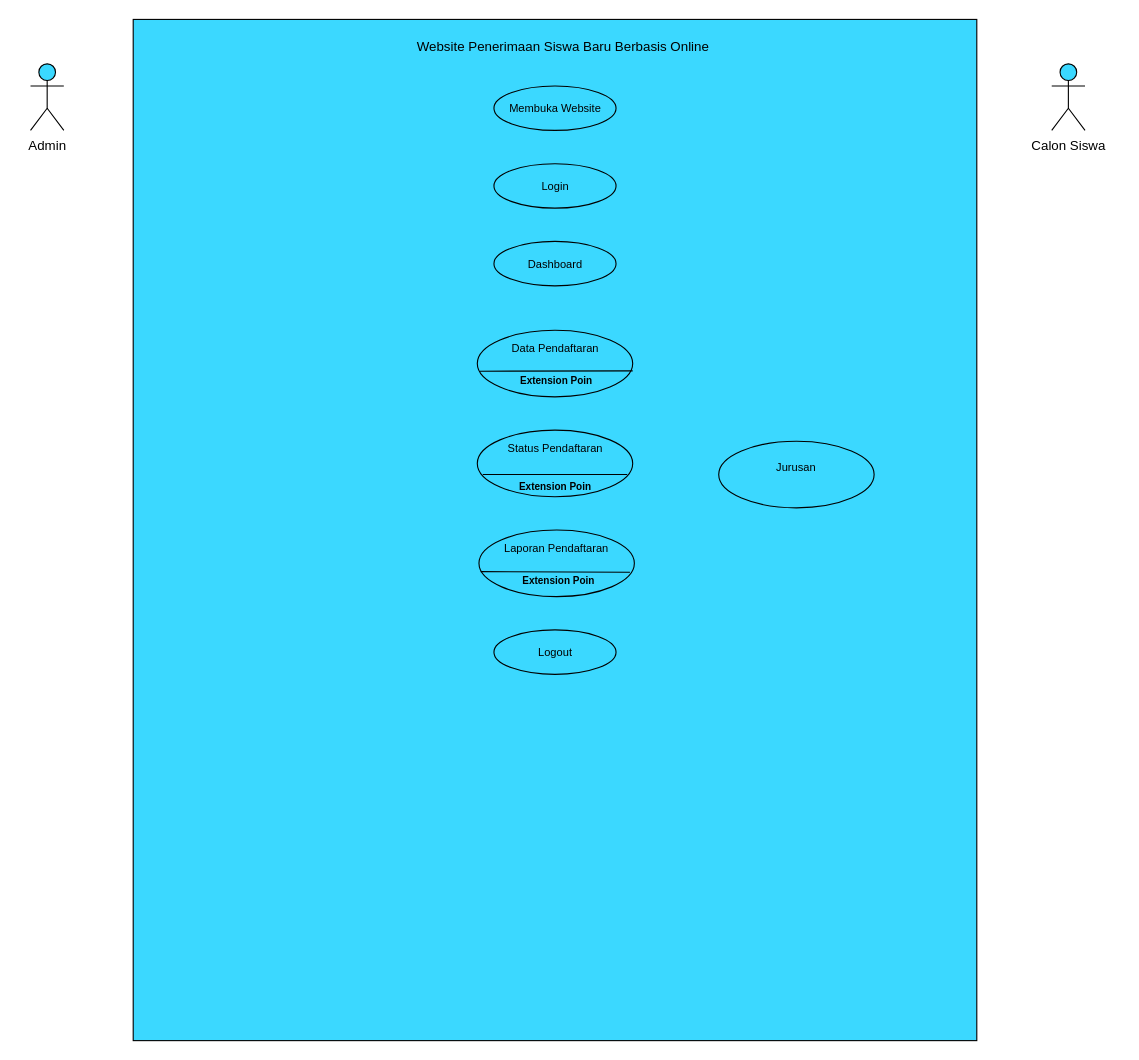
danangsptro/register-vhs keeps this draw.io diagram as Rancangan Diagram Sistem.drawio. Above is the earlier version. Source tidied: cells renumbered, new cells numbered last; positions are measured from the earlier drawing's top-left corner, leaving out a move shared by most shapes. Both pictures are drawn from the tidied source at 111%, with x=0, y=0 at pixel (30, 19).
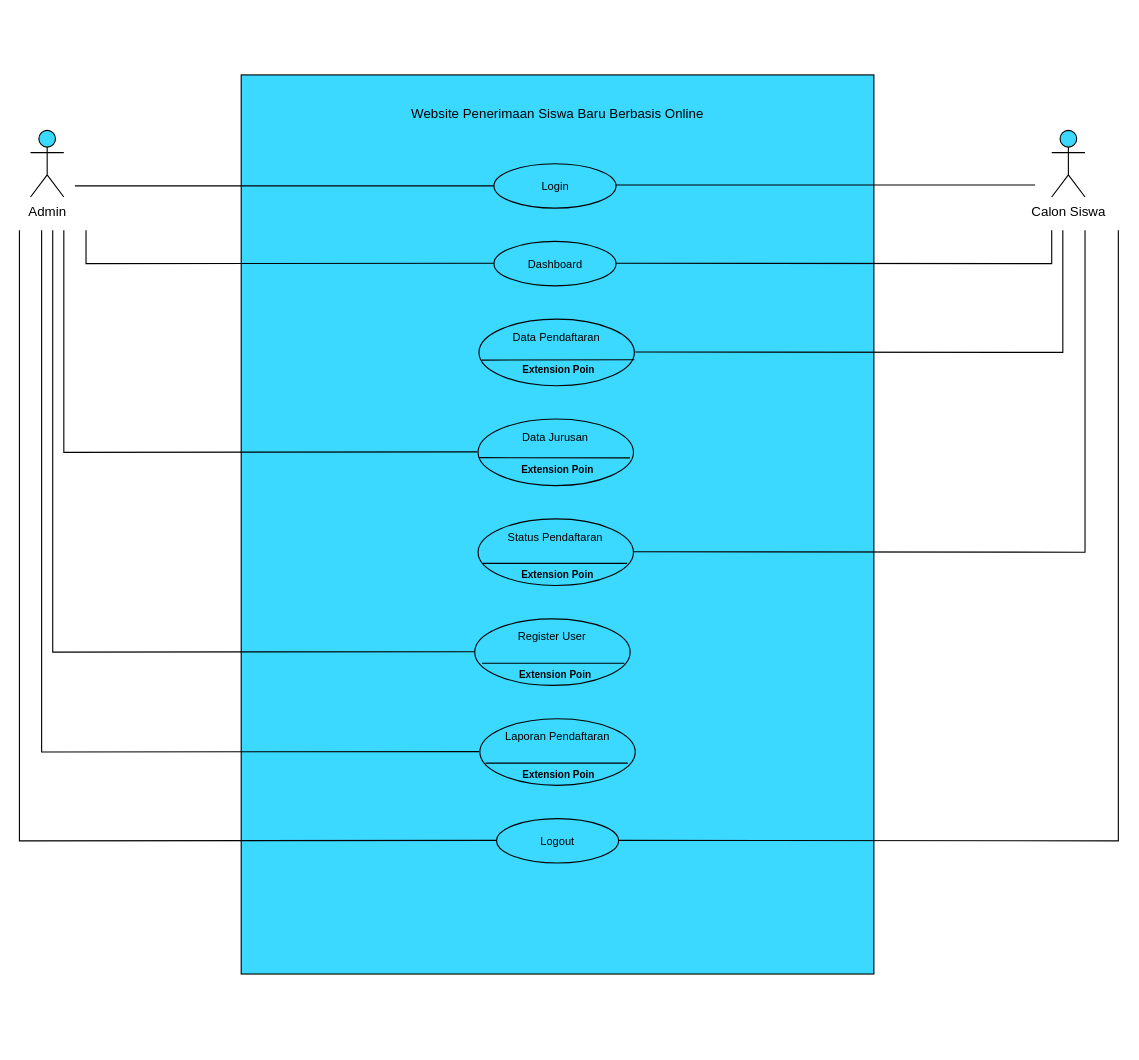
Above is the later version.

The change refers to these unchanged cells:
```xml
<mxCell id="7" value="&lt;font style=&quot;font-size: 10px;&quot;&gt;Login&lt;/font&gt;" style="ellipse;whiteSpace=wrap;html=1;align=center;newEdgeStyle={&quot;edgeStyle&quot;:&quot;entityRelationEdgeStyle&quot;,&quot;startArrow&quot;:&quot;none&quot;,&quot;endArrow&quot;:&quot;none&quot;,&quot;segment&quot;:10,&quot;curved&quot;:1};strokeColor=#000000;fillColor=#3BD8FF;" parent="1" vertex="1">
  <mxGeometry x="417.5" y="130" width="110" height="40" as="geometry" />
</mxCell>
```

What changed in the source:
```diff
@@
     <mxCell id="2" value="Admin" style="shape=umlActor;verticalLabelPosition=bottom;verticalAlign=top;html=1;fillColor=#3BD8FF;" parent="1" vertex="1">
-      <mxGeometry y="40" width="30" height="60" as="geometry" />
+      <mxGeometry y="100" width="30" height="60" as="geometry" />
     </mxCell>
     <mxCell id="3" value="Calon Siswa" style="shape=umlActor;verticalLabelPosition=bottom;verticalAlign=top;html=1;fillColor=#3BD8FF;" parent="1" vertex="1">
-      <mxGeometry x="920" y="40" width="30" height="60" as="geometry" />
+      <mxGeometry x="920" y="100" width="30" height="60" as="geometry" />
     </mxCell>
     <mxCell id="4" style="rounded=0;whiteSpace=wrap;html=1;strokeColor=#000000;fillColor=#3BD8FF;" parent="1" vertex="1">
-      <mxGeometry x="92.5" width="760" height="920" as="geometry" />
+      <mxGeometry x="189.8" y="50" width="570" height="810" as="geometry" />
     </mxCell>
     <mxCell id="5" value="Website Penerimaan Siswa Baru Berbasis Online" style="text;html=1;strokeColor=none;fillColor=none;align=center;verticalAlign=middle;whiteSpace=wrap;rounded=0;" parent="1" vertex="1">
-      <mxGeometry x="290" y="10" width="380" height="30" as="geometry" />
+      <mxGeometry x="284.8" y="70" width="380" height="30" as="geometry" />
     </mxCell>
-    <mxCell id="6" value="&lt;font style=&quot;font-size: 10px;&quot;&gt;Membuka Website&lt;/font&gt;" style="ellipse;whiteSpace=wrap;html=1;align=center;newEdgeStyle={&quot;edgeStyle&quot;:&quot;entityRelationEdgeStyle&quot;,&quot;startArrow&quot;:&quot;none&quot;,&quot;endArrow&quot;:&quot;none&quot;,&quot;segment&quot;:10,&quot;curved&quot;:1};strokeColor=#000000;fillColor=#3BD8FF;" parent="1" vertex="1">
-      <mxGeometry x="417.5" y="60" width="110" height="40" as="geometry" />
-    </mxCell>
@@
     <mxCell id="9" value="&lt;font style=&quot;font-size: 10px;&quot;&gt;Data Pendaftaran&lt;br&gt;&lt;br&gt;&lt;br&gt;&lt;/font&gt;" style="ellipse;whiteSpace=wrap;html=1;align=center;newEdgeStyle={&quot;edgeStyle&quot;:&quot;entityRelationEdgeStyle&quot;,&quot;startArrow&quot;:&quot;none&quot;,&quot;endArrow&quot;:&quot;none&quot;,&quot;segment&quot;:10,&quot;curved&quot;:1};strokeColor=#000000;fillColor=#3BD8FF;" parent="1" vertex="1">
-      <mxGeometry x="402.5" y="280" width="140" height="60" as="geometry" />
+      <mxGeometry x="404" y="270" width="140" height="60" as="geometry" />
     </mxCell>
     <mxCell id="10" value="&lt;span style=&quot;font-size: 10px;&quot;&gt;Logout&lt;/span&gt;" style="ellipse;whiteSpace=wrap;html=1;align=center;newEdgeStyle={&quot;edgeStyle&quot;:&quot;entityRelationEdgeStyle&quot;,&quot;startArrow&quot;:&quot;none&quot;,&quot;endArrow&quot;:&quot;none&quot;,&quot;segment&quot;:10,&quot;curved&quot;:1};strokeColor=#000000;fillColor=#3BD8FF;" parent="1" vertex="1">
-      <mxGeometry x="417.5" y="550" width="110" height="40" as="geometry" />
+      <mxGeometry x="419.8" y="720" width="110" height="40" as="geometry" />
     </mxCell>
@@
     <mxCell id="12" value="&lt;b&gt;&lt;font style=&quot;font-size: 9px;&quot;&gt;Extension Poin&lt;/font&gt;&lt;/b&gt;" style="text;html=1;strokeColor=none;fillColor=none;align=center;verticalAlign=middle;whiteSpace=wrap;rounded=0;fontSize=10;" parent="1" vertex="1">
-      <mxGeometry x="404" y="310" width="140" height="30" as="geometry" />
+      <mxGeometry x="405.5" y="300" width="140" height="30" as="geometry" />
     </mxCell>
     <mxCell id="13" value="&lt;font style=&quot;font-size: 10px;&quot;&gt;Status Pendaftaran&lt;br&gt;&lt;br&gt;&lt;br&gt;&lt;/font&gt;" style="ellipse;whiteSpace=wrap;html=1;align=center;newEdgeStyle={&quot;edgeStyle&quot;:&quot;entityRelationEdgeStyle&quot;,&quot;startArrow&quot;:&quot;none&quot;,&quot;endArrow&quot;:&quot;none&quot;,&quot;segment&quot;:10,&quot;curved&quot;:1};strokeColor=#000000;fillColor=#3BD8FF;" parent="1" vertex="1">
-      <mxGeometry x="402.5" y="370" width="140" height="60" as="geometry" />
+      <mxGeometry x="403.2" y="450" width="140" height="60" as="geometry" />
     </mxCell>
     <mxCell id="14" style="endArrow=none;html=1;rounded=0;" parent="1" edge="1">
       <mxGeometry relative="1" as="geometry">
-        <mxPoint x="407.5" y="410" as="sourcePoint" />
-        <mxPoint x="537.5" y="410" as="targetPoint" />
+        <mxPoint x="407.5" y="490" as="sourcePoint" />
+        <mxPoint x="537.5" y="490" as="targetPoint" />
       </mxGeometry>
     </mxCell>
     <mxCell id="15" value="&lt;b&gt;&lt;font style=&quot;font-size: 9px;&quot;&gt;Extension Poin&lt;/font&gt;&lt;/b&gt;" style="text;html=1;strokeColor=none;fillColor=none;align=center;verticalAlign=middle;whiteSpace=wrap;rounded=0;fontSize=10;" parent="1" vertex="1">
-      <mxGeometry x="402.5" y="400" width="140" height="40" as="geometry" />
+      <mxGeometry x="404.8" y="480" width="140" height="40" as="geometry" />
     </mxCell>
+    <mxCell id="20" value="&lt;font style=&quot;font-size: 10px;&quot;&gt;Data Jurusan&lt;br&gt;&lt;br&gt;&lt;br&gt;&lt;/font&gt;" style="ellipse;whiteSpace=wrap;html=1;align=center;newEdgeStyle={&quot;edgeStyle&quot;:&quot;entityRelationEdgeStyle&quot;,&quot;startArrow&quot;:&quot;none&quot;,&quot;endArrow&quot;:&quot;none&quot;,&quot;segment&quot;:10,&quot;curved&quot;:1};strokeColor=#000000;fillColor=#3BD8FF;" parent="1" vertex="1">
+      <mxGeometry x="403.2" y="360" width="140" height="60" as="geometry" />
+    </mxCell>
+    <mxCell id="21" value="&lt;b&gt;&lt;font style=&quot;font-size: 9px;&quot;&gt;Extension Poin&lt;/font&gt;&lt;/b&gt;" style="text;html=1;strokeColor=none;fillColor=none;align=center;verticalAlign=middle;whiteSpace=wrap;rounded=0;fontSize=10;" parent="1" vertex="1">
+      <mxGeometry x="404.8" y="390" width="140" height="30" as="geometry" />
+    </mxCell>
+    <mxCell id="22" style="endArrow=none;html=1;rounded=0;exitX=-0.006;exitY=0.16;exitDx=0;exitDy=0;exitPerimeter=0;" parent="1" edge="1" source="21">
+      <mxGeometry relative="1" as="geometry">
+        <mxPoint x="540" y="395" as="targetPoint" />
+      </mxGeometry>
+    </mxCell>
     <mxCell id="16" value="&lt;font style=&quot;font-size: 10px;&quot;&gt;Laporan Pendaftaran&lt;br&gt;&lt;br&gt;&lt;br&gt;&lt;/font&gt;" style="ellipse;whiteSpace=wrap;html=1;align=center;newEdgeStyle={&quot;edgeStyle&quot;:&quot;entityRelationEdgeStyle&quot;,&quot;startArrow&quot;:&quot;none&quot;,&quot;endArrow&quot;:&quot;none&quot;,&quot;segment&quot;:10,&quot;curved&quot;:1};strokeColor=#000000;fillColor=#3BD8FF;" parent="1" vertex="1">
-      <mxGeometry x="404" y="460" width="140" height="60" as="geometry" />
+      <mxGeometry x="404.8" y="630" width="140" height="60" as="geometry" />
     </mxCell>
-    <mxCell id="17" value="&lt;b&gt;&lt;font style=&quot;font-size: 9px;&quot;&gt;Extension Poin&lt;/font&gt;&lt;/b&gt;" style="text;html=1;strokeColor=none;fillColor=none;align=center;verticalAlign=middle;whiteSpace=wrap;rounded=0;fontSize=10;" parent="1" vertex="1">
-      <mxGeometry x="405.5" y="490" width="140" height="30" as="geometry" />
-    </mxCell>
-    <mxCell id="18" style="endArrow=none;html=1;rounded=0;exitX=0;exitY=0.25;exitDx=0;exitDy=0;" parent="1" edge="1" source="17">
-      <mxGeometry relative="1" as="geometry">
-        <mxPoint x="540" y="498" as="targetPoint" />
-      </mxGeometry>
-    </mxCell>
-    <mxCell id="19" value="&lt;font style=&quot;font-size: 10px;&quot;&gt;Jurusan&lt;br&gt;&lt;br&gt;&lt;/font&gt;" style="ellipse;whiteSpace=wrap;html=1;align=center;newEdgeStyle={&quot;edgeStyle&quot;:&quot;entityRelationEdgeStyle&quot;,&quot;startArrow&quot;:&quot;none&quot;,&quot;endArrow&quot;:&quot;none&quot;,&quot;segment&quot;:10,&quot;curved&quot;:1};strokeColor=#000000;fillColor=#3BD8FF;" parent="1" vertex="1">
-      <mxGeometry x="620" y="380" width="140" height="60" as="geometry" />
-    </mxCell>
+    <mxCell id="23" value="&lt;b&gt;&lt;font style=&quot;font-size: 9px;&quot;&gt;Extension Poin&lt;/font&gt;&lt;/b&gt;" style="text;html=1;strokeColor=none;fillColor=none;align=center;verticalAlign=middle;whiteSpace=wrap;rounded=0;fontSize=10;" parent="1" vertex="1">
+      <mxGeometry x="406.2" y="660" width="140" height="40" as="geometry" />
+    </mxCell>
+    <mxCell id="24" value="&lt;font style=&quot;font-size: 10px;&quot;&gt;Register User&lt;br&gt;&lt;br&gt;&lt;br&gt;&lt;/font&gt;" style="ellipse;whiteSpace=wrap;html=1;align=center;newEdgeStyle={&quot;edgeStyle&quot;:&quot;entityRelationEdgeStyle&quot;,&quot;startArrow&quot;:&quot;none&quot;,&quot;endArrow&quot;:&quot;none&quot;,&quot;segment&quot;:10,&quot;curved&quot;:1};strokeColor=#000000;fillColor=#3BD8FF;" parent="1" vertex="1">
+      <mxGeometry x="400.2" y="540" width="140" height="60" as="geometry" />
+    </mxCell>
+    <mxCell id="25" value="&lt;b&gt;&lt;font style=&quot;font-size: 9px;&quot;&gt;Extension Poin&lt;/font&gt;&lt;/b&gt;" style="text;html=1;strokeColor=none;fillColor=none;align=center;verticalAlign=middle;whiteSpace=wrap;rounded=0;fontSize=10;" parent="1" vertex="1">
+      <mxGeometry x="402.5" y="570" width="140" height="40" as="geometry" />
+    </mxCell>
+    <mxCell id="26" style="endArrow=none;html=1;rounded=0;exitX=0;exitY=0.25;exitDx=0;exitDy=0;" parent="1" edge="1">
+      <mxGeometry relative="1" as="geometry">
+        <mxPoint x="406.8" y="580" as="sourcePoint" />
+        <mxPoint x="535" y="580" as="targetPoint" />
+      </mxGeometry>
+    </mxCell>
+    <mxCell id="27" style="endArrow=none;html=1;rounded=0;exitX=0;exitY=0.25;exitDx=0;exitDy=0;" parent="1" edge="1">
+      <mxGeometry relative="1" as="geometry">
+        <mxPoint x="409.9" y="670" as="sourcePoint" />
+        <mxPoint x="538.1" y="670" as="targetPoint" />
+      </mxGeometry>
+    </mxCell>
+    <mxCell id="28" style="endArrow=none;html=1;rounded=0;entryX=0;entryY=0.5;entryDx=0;entryDy=0;" parent="1" edge="1" target="7">
+      <mxGeometry relative="1" as="geometry">
+        <mxPoint x="40" y="150" as="sourcePoint" />
+      </mxGeometry>
+    </mxCell>
+    <mxCell id="29" style="endArrow=none;html=1;rounded=0;entryX=0;entryY=0.5;entryDx=0;entryDy=0;" parent="1" edge="1">
+      <mxGeometry relative="1" as="geometry">
+        <mxPoint x="527.5" y="149.2" as="sourcePoint" />
+        <mxPoint x="905" y="149.2" as="targetPoint" />
+      </mxGeometry>
+    </mxCell>
+    <mxCell id="30" style="endArrow=none;html=1;rounded=0;" parent="1" edge="1">
+      <mxGeometry relative="1" as="geometry">
+        <mxPoint x="527.5" y="219.6" as="sourcePoint" />
+        <mxPoint x="920" y="190" as="targetPoint" />
+        <Array as="points">
+          <mxPoint x="920" y="220" />
+        </Array>
+      </mxGeometry>
+    </mxCell>
+    <mxCell id="31" style="endArrow=none;html=1;rounded=0;" parent="1" edge="1">
+      <mxGeometry relative="1" as="geometry">
+        <mxPoint x="544.8" y="299.6" as="sourcePoint" />
+        <mxPoint x="930" y="190" as="targetPoint" />
+        <Array as="points">
+          <mxPoint x="930" y="300" />
+        </Array>
+      </mxGeometry>
+    </mxCell>
+    <mxCell id="32" style="endArrow=none;html=1;rounded=0;entryX=0;entryY=0.5;entryDx=0;entryDy=0;" parent="1" edge="1">
+      <mxGeometry relative="1" as="geometry">
+        <mxPoint x="50" y="190" as="sourcePoint" />
+        <mxPoint x="417.5" y="219.6" as="targetPoint" />
+        <Array as="points">
+          <mxPoint x="50" y="220" />
+        </Array>
+      </mxGeometry>
+    </mxCell>
+    <mxCell id="33" style="endArrow=none;html=1;rounded=0;entryX=0;entryY=0.5;entryDx=0;entryDy=0;" parent="1" edge="1">
+      <mxGeometry relative="1" as="geometry">
+        <mxPoint x="30" y="190" as="sourcePoint" />
+        <mxPoint x="402.5" y="389.6" as="targetPoint" />
+        <Array as="points">
+          <mxPoint x="30" y="390" />
+        </Array>
+      </mxGeometry>
+    </mxCell>
+    <mxCell id="34" style="endArrow=none;html=1;rounded=0;entryX=0;entryY=0.5;entryDx=0;entryDy=0;" parent="1" edge="1">
+      <mxGeometry relative="1" as="geometry">
+        <mxPoint x="20" y="190" as="sourcePoint" />
+        <mxPoint x="400.2" y="569.6" as="targetPoint" />
+        <Array as="points">
+          <mxPoint x="20" y="570" />
+        </Array>
+      </mxGeometry>
+    </mxCell>
+    <mxCell id="35" style="endArrow=none;html=1;rounded=0;entryX=0;entryY=0.5;entryDx=0;entryDy=0;" parent="1" edge="1">
+      <mxGeometry relative="1" as="geometry">
+        <mxPoint x="10" y="190" as="sourcePoint" />
+        <mxPoint x="404" y="659.6" as="targetPoint" />
+        <Array as="points">
+          <mxPoint x="10" y="660" />
+        </Array>
+      </mxGeometry>
+    </mxCell>
+    <mxCell id="36" style="endArrow=none;html=1;rounded=0;" parent="1" edge="1">
+      <mxGeometry relative="1" as="geometry">
+        <mxPoint x="543.2" y="479.6" as="sourcePoint" />
+        <mxPoint x="950" y="190" as="targetPoint" />
+        <Array as="points">
+          <mxPoint x="950" y="480" />
+        </Array>
+      </mxGeometry>
+    </mxCell>
+    <mxCell id="37" style="endArrow=none;html=1;rounded=0;entryX=0;entryY=0.5;entryDx=0;entryDy=0;" parent="1" edge="1">
+      <mxGeometry relative="1" as="geometry">
+        <mxPoint x="-10" y="190" as="sourcePoint" />
+        <mxPoint x="419.7" y="739.6" as="targetPoint" />
+        <Array as="points">
+          <mxPoint x="-10" y="740" />
+        </Array>
+      </mxGeometry>
+    </mxCell>
+    <mxCell id="38" style="endArrow=none;html=1;rounded=0;" parent="1" edge="1">
+      <mxGeometry relative="1" as="geometry">
+        <mxPoint x="529.8" y="739.6" as="sourcePoint" />
+        <mxPoint x="980" y="190" as="targetPoint" />
+        <Array as="points">
+          <mxPoint x="980" y="740" />
+        </Array>
+      </mxGeometry>
+    </mxCell>
```
